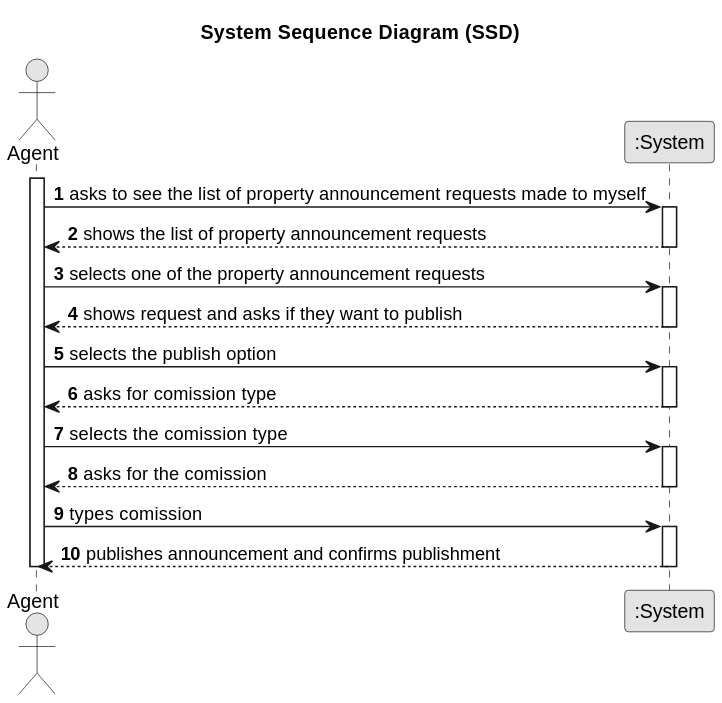
Before: docs/sprintC/us008/01.requirements-engineering/svg/us008-system-sequence-diagram.svg, a diagram exported from PlantUML (1220812/LAPR2).
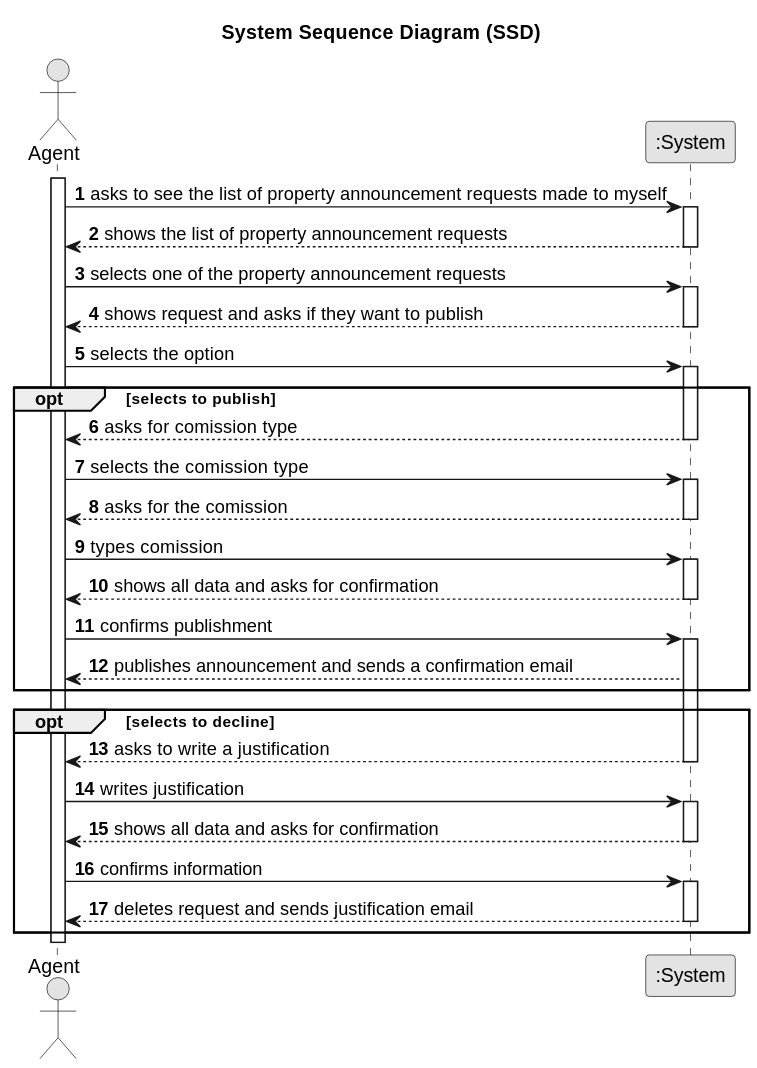
Later version of the same file.

Diff of the diagram source:
```diff
@@ -28,29 +28,51 @@
 
     deactivate System
 
-    Agent -> System : selects the publish option
+    Agent -> System : selects the option
 
     activate System
 
+    opt selects to publish
+
     System --> Agent : asks for comission type
 
+        deactivate System
+
+        Agent -> System : selects the comission type
+
+        activate System
+
+        System --> Agent : asks for the comission
+
+        deactivate System
+
+        Agent -> System : types comission
+
+        activate System
+
+        System --> Agent : shows all data and asks for confirmation
+        deactivate System
+
+        Agent -> System : confirms publishment
+        activate System
+        System --> Agent : publishes announcement and sends a confirmation email
+    end opt
+    opt selects to decline
+
+    System --> Agent : asks to write a justification
+    deactivate System
+    Agent -> System : writes justification
+    activate System
+    System --> Agent : shows all data and asks for confirmation
+            deactivate System
+
+            Agent -> System : confirms information
+    activate System
+    System --> Agent : deletes request and sends justification email
     deactivate System
 
-    Agent -> System : selects the comission type
 
-    activate System
-
-    System --> Agent : asks for the comission
-
-    deactivate System
-
-    Agent -> System : types comission
-
-    activate System
-
-        System --> Agent : publishes announcement and confirms publishment
-
-    deactivate System
+    end opt
 
 deactivate Agent
 @enduml
```
